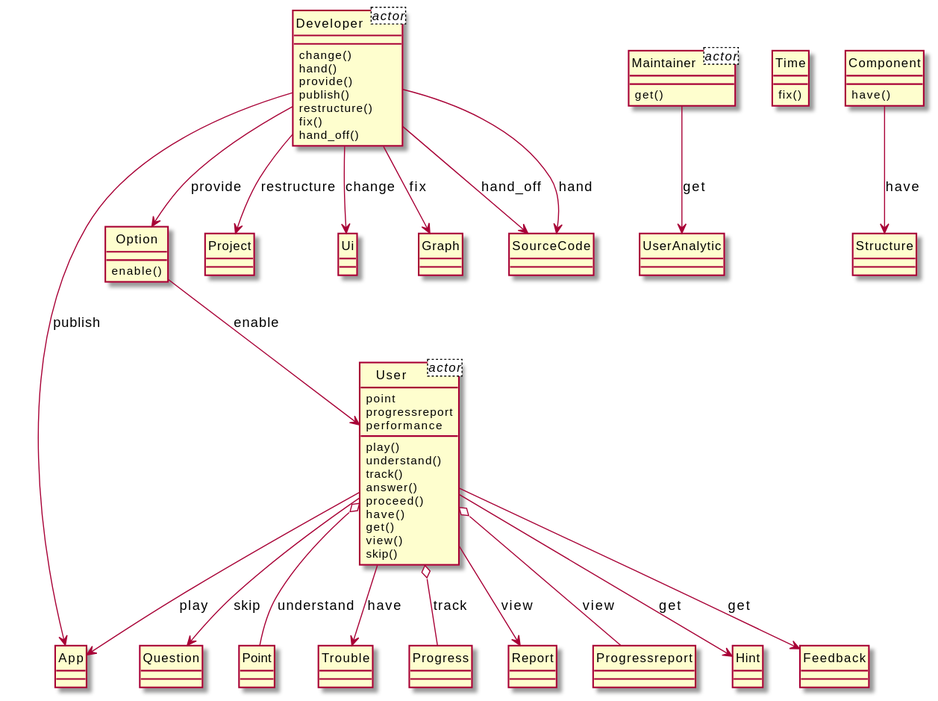
xixixhalu/DomainModelExtractor keeps this PlantUML diagram as output/diagram_5/2019-USC-Project07.svg. Above is the earlier version.
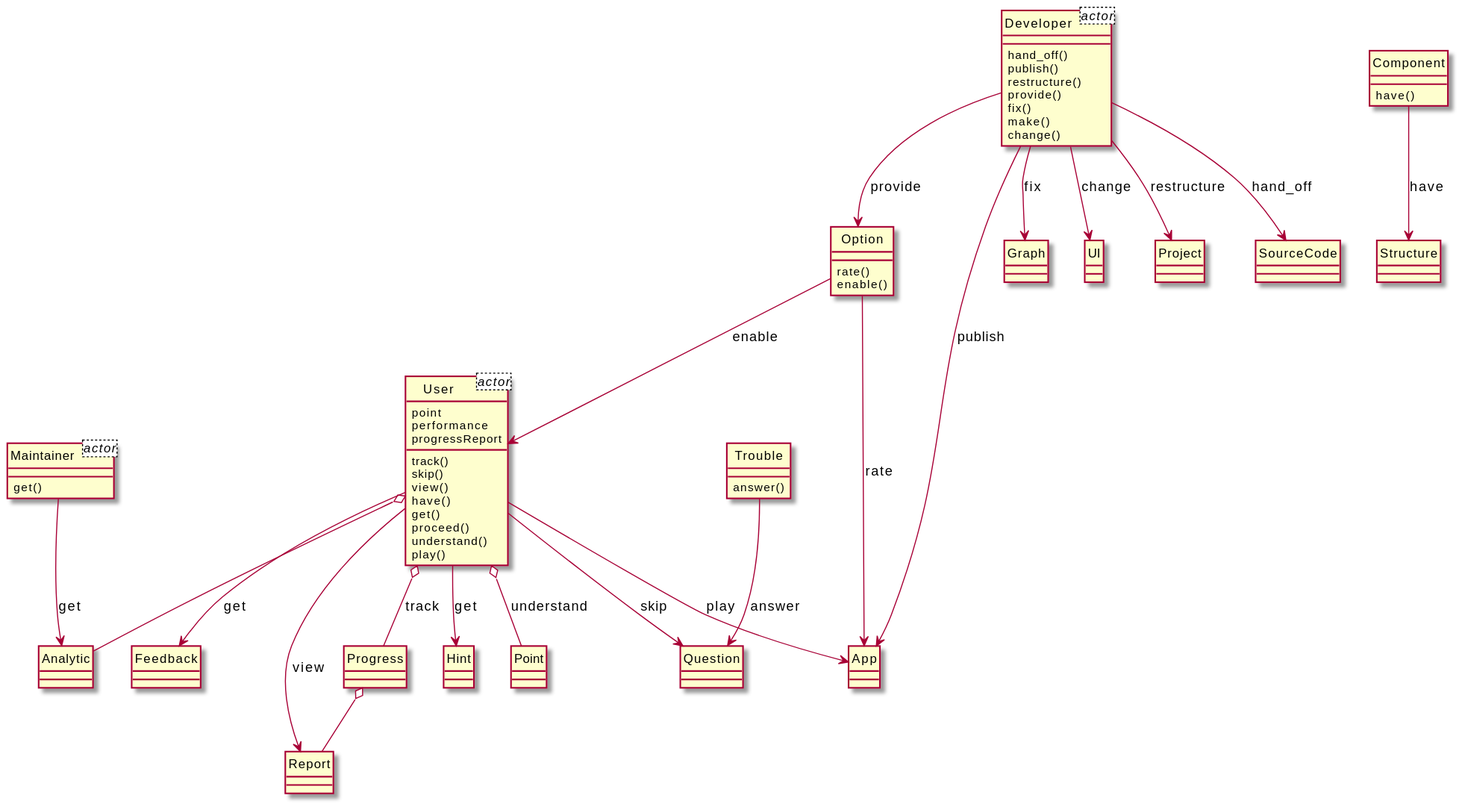
After the change.

The edit, as a diff of the source:
```diff
@@ -2,61 +2,45 @@
 hide circle
 class User<actor> {
 	point
-	progressreport
 	performance
+	progressReport
 }
 class Developer<actor> {
 }
 class Maintainer<actor> {
 }
+class Analytic {
+}
 class Developer {
-	change()
-	hand()
-	provide()
+	hand_off()
 	publish()
 	restructure()
+	provide()
 	fix()
-	hand_off()
+	make()
+	change()
+}
+class Graph {
+}
+class User {
+	track()
+	skip()
+	view()
+	have()
+	get()
+	proceed()
+	understand()
+	play()
 }
 class App {
 }
-class User {
-	play()
-	understand()
-	track()
-	answer()
-	proceed()
-	have()
-	get()
-	view()
-	skip()
-}
-class Question {
-}
-class Time {
-	fix()
-}
 class Option {
+	rate()
 	enable()
 }
-class Project {
+class UI {
 }
-class Point {
-}
-class Ui {
-}
-class Maintainer {
-	get()
-}
-class UserAnalytic {
-}
-class Graph {
-}
-class SourceCode {
-}
-class Trouble {
-}
-class Progress {
+class Feedback {
 }
 class Report {
 }
@@ -65,29 +49,42 @@
 }
 class Structure {
 }
-class Progressreport {
+class Maintainer {
+	get()
+}
+class Trouble {
+	answer()
+}
+class Question {
 }
 class Hint {
 }
-class Feedback {
+class Project {
 }
+class SourceCode {
+}
+class Point {
+}
+class Progress {
+}
+Option --> App : rate
+Progress o-- Report
+Component --> Structure : have
+User --> App : play
+User o-- Progress : track
+User o-- Analytic
+Developer --> App : publish
 User --> Question : skip
-User o-- Progressreport : view
-Developer --> Ui : change
+Maintainer --> Analytic : get
+User --> Report : view
+Trouble --> Question : answer
 User --> Hint : get
-Maintainer --> UserAnalytic : get
 User --> Feedback : get
+Developer --> Option : provide
+Option --> User : enable
+Developer --> Project : restructure
+User o-- Point : understand
+Developer --> SourceCode : hand_off
+Developer --> UI : change
 Developer --> Graph : fix
-Developer --> SourceCode : hand_off
-Developer --> Project : restructure
-Option --> User : enable
-Developer --> SourceCode : hand
-Developer --> Option : provide
-User --> Trouble : have
-User o-- Progress : track
-User --> Report : view
-User o-- Point : understand
-Component --> Structure : have
-Developer --> App : publish
-User --> App : play
 @enduml
```
